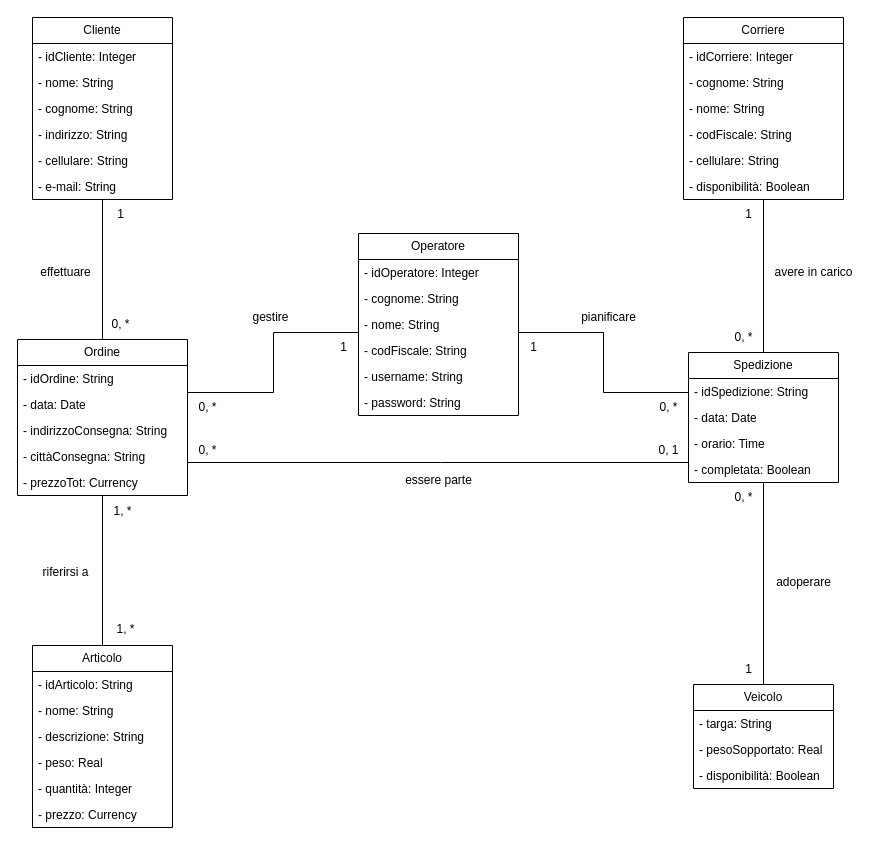
Gianluca-F/OOBD_Project keeps this draw.io diagram as Basi di dati/ClassDiagramRistrutturato.drawio. Above is the earlier version. Source tidied: cells renumbered, new cells numbered last; positions are measured from the earlier drawing's top-left corner, leaving out a move shared by most shapes. Both pictures are drawn from the tidied source at 100%, with x=0, y=0 at pixel (17, 17).
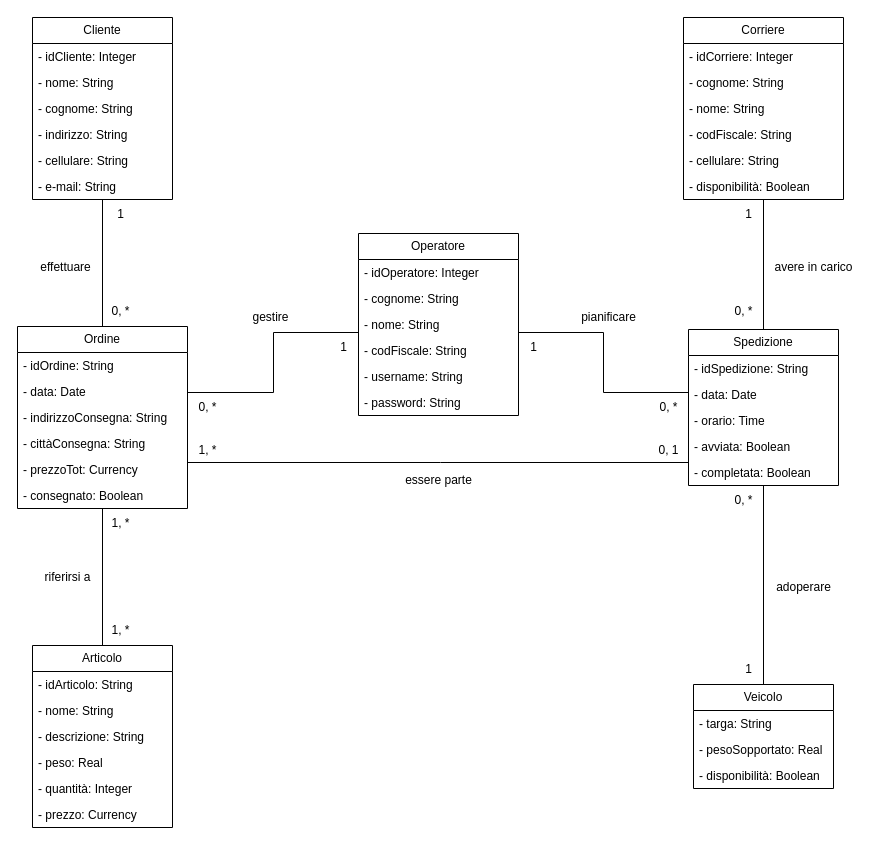
After the change.

The edit, as a diff of the source:
```diff
@@
     <mxCell id="18" value="Ordine" style="swimlane;fontStyle=0;horizontal=1;startSize=26;fillColor=none;whiteSpace=wrap;html=1;" parent="1" vertex="1">
-      <mxGeometry y="322" width="170" height="156" as="geometry" />
+      <mxGeometry y="309" width="170" height="182" as="geometry" />
     </mxCell>
@@
+    <mxCell id="73" value="- consegnato: Boolean" style="text;strokeColor=none;fillColor=none;align=left;verticalAlign=top;spacingLeft=4;spacingRight=4;overflow=hidden;whiteSpace=wrap;html=1;" parent="18" vertex="1">
+      <mxGeometry y="156" width="170" height="26" as="geometry" />
+    </mxCell>
@@
     <mxCell id="29" value="effettuare" style="text;html=1;align=center;verticalAlign=middle;strokeColor=none;fillColor=none;" parent="1" vertex="1">
-      <mxGeometry x="13" y="240" width="70" height="30" as="geometry" />
+      <mxGeometry x="13" y="235" width="70" height="30" as="geometry" />
     </mxCell>
     <mxCell id="30" value="0, *" style="text;html=1;align=center;verticalAlign=middle;strokeColor=none;fillColor=none;" parent="1" vertex="1">
-      <mxGeometry x="83" y="292" width="40" height="30" as="geometry" />
+      <mxGeometry x="83" y="279" width="40" height="30" as="geometry" />
     </mxCell>
@@
     <mxCell id="32" value="riferirsi a" style="text;html=1;align=center;verticalAlign=middle;strokeColor=none;fillColor=none;" parent="1" vertex="1">
-      <mxGeometry x="13" y="540" width="70" height="30" as="geometry" />
+      <mxGeometry x="15" y="545" width="70" height="30" as="geometry" />
     </mxCell>
     <mxCell id="33" value="1, *" style="text;html=1;align=center;verticalAlign=middle;strokeColor=none;fillColor=none;" parent="1" vertex="1">
-      <mxGeometry x="88" y="597" width="40" height="30" as="geometry" />
+      <mxGeometry x="83" y="598" width="40" height="30" as="geometry" />
     </mxCell>
     <mxCell id="34" value="1, *" style="text;html=1;align=center;verticalAlign=middle;strokeColor=none;fillColor=none;" parent="1" vertex="1">
-      <mxGeometry x="85" y="479" width="40" height="30" as="geometry" />
+      <mxGeometry x="83" y="491" width="40" height="30" as="geometry" />
     </mxCell>
     <mxCell id="35" value="avere in carico" style="text;html=1;align=center;verticalAlign=middle;strokeColor=none;fillColor=none;" parent="1" vertex="1">
-      <mxGeometry x="746" y="240" width="100" height="30" as="geometry" />
+      <mxGeometry x="746" y="235" width="100" height="30" as="geometry" />
     </mxCell>
     <mxCell id="36" value="0, *" style="text;html=1;align=center;verticalAlign=middle;strokeColor=none;fillColor=none;" parent="1" vertex="1">
-      <mxGeometry x="706" y="305" width="40" height="30" as="geometry" />
+      <mxGeometry x="706" y="279" width="40" height="30" as="geometry" />
     </mxCell>
@@
     <mxCell id="39" value="Spedizione" style="swimlane;fontStyle=0;horizontal=1;startSize=26;fillColor=none;whiteSpace=wrap;html=1;" parent="1" vertex="1">
-      <mxGeometry x="671" y="335" width="150" height="130" as="geometry" />
+      <mxGeometry x="671" y="312" width="150" height="156" as="geometry" />
     </mxCell>
@@
+    <mxCell id="74" value="- avviata: Boolean" style="text;strokeColor=none;fillColor=none;align=left;verticalAlign=top;spacingLeft=4;spacingRight=4;overflow=hidden;whiteSpace=wrap;html=1;" parent="39" vertex="1">
+      <mxGeometry y="104" width="150" height="26" as="geometry" />
+    </mxCell>
     <mxCell id="43" value="- completata: Boolean" style="text;strokeColor=none;fillColor=none;align=left;verticalAlign=top;spacingLeft=4;spacingRight=4;overflow=hidden;whiteSpace=wrap;html=1;" parent="39" vertex="1">
-      <mxGeometry y="104" width="150" height="26" as="geometry" />
+      <mxGeometry y="130" width="150" height="26" as="geometry" />
     </mxCell>
@@
     <mxCell id="67" value="adoperare" style="text;html=1;align=center;verticalAlign=middle;strokeColor=none;fillColor=none;" parent="1" vertex="1">
-      <mxGeometry x="746" y="550" width="80" height="30" as="geometry" />
+      <mxGeometry x="746" y="555" width="80" height="30" as="geometry" />
     </mxCell>
@@
     <mxCell id="69" value="0, *" style="text;html=1;align=center;verticalAlign=middle;strokeColor=none;fillColor=none;" parent="1" vertex="1">
-      <mxGeometry x="706" y="465" width="40" height="30" as="geometry" />
+      <mxGeometry x="706" y="468" width="40" height="30" as="geometry" />
     </mxCell>
@@
-    <mxCell id="71" value="0, *" style="text;html=1;align=center;verticalAlign=middle;strokeColor=none;fillColor=none;" parent="1" vertex="1">
+    <mxCell id="71" value="1, *" style="text;html=1;align=center;verticalAlign=middle;strokeColor=none;fillColor=none;" parent="1" vertex="1">
       <mxGeometry x="170" y="418" width="40" height="30" as="geometry" />
     </mxCell>
```
